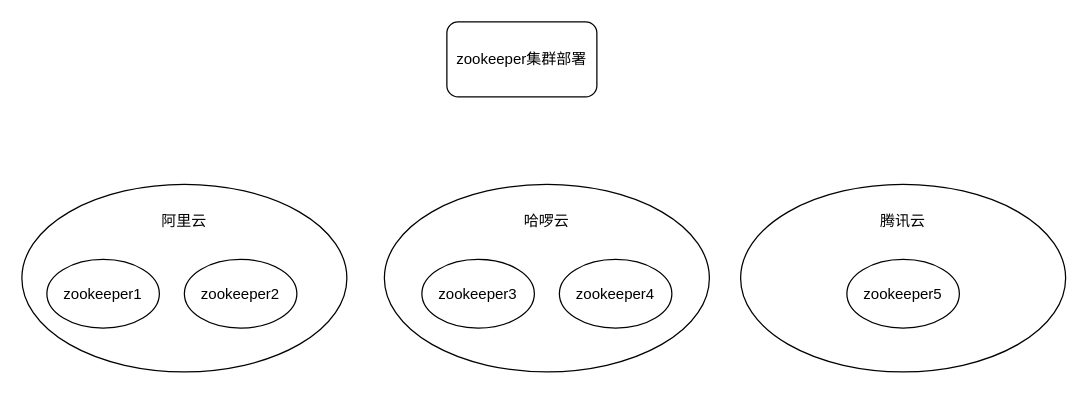
Earlier version of the draw.io diagram 单注册中心多活.drawio (yongliangcode/diagram). Source tidied: cells renumbered, new cells numbered last; positions are measured from the earlier drawing's top-left corner, leaving out a move shared by most shapes. Both pictures are drawn from the tidied source at 125%, with x=0, y=0 at pixel (21, 21).
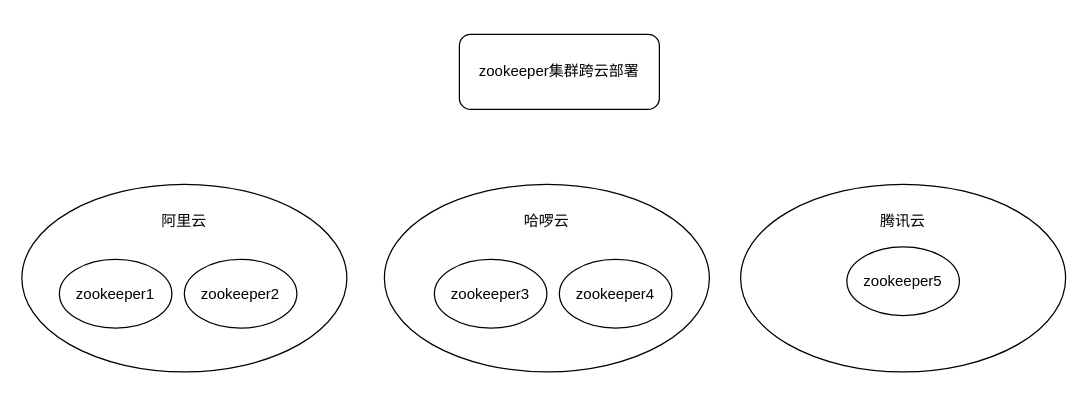
After the change.

Commit message (it also covers changes not shown here):
Update 单注册中心多活.drawio

Change to the diagram source:
```diff
@@
 <mxGraphModel>
   <root>
     <mxCell id="0" />
     <mxCell id="1" parent="0" />
     <mxCell id="2" style="ellipse;whiteSpace=wrap;html=1;" parent="1" vertex="1">
       <mxGeometry y="130" width="260" height="150" as="geometry" />
     </mxCell>
     <mxCell id="3" value="zookeeper1" style="ellipse;whiteSpace=wrap;html=1;" parent="1" vertex="1">
-      <mxGeometry x="20" y="190" width="90" height="55" as="geometry" />
+      <mxGeometry x="30" y="190" width="90" height="55" as="geometry" />
     </mxCell>
     <mxCell id="4" value="zookeeper2" style="ellipse;whiteSpace=wrap;html=1;" parent="1" vertex="1">
       <mxGeometry x="130" y="190" width="90" height="55" as="geometry" />
     </mxCell>
     <mxCell id="5" value="阿里云" style="text;html=1;strokeColor=none;fillColor=none;align=center;verticalAlign=middle;whiteSpace=wrap;rounded=0;" parent="1" vertex="1">
       <mxGeometry x="110" y="150" width="40" height="20" as="geometry" />
     </mxCell>
     <mxCell id="6" style="ellipse;whiteSpace=wrap;html=1;" parent="1" vertex="1">
       <mxGeometry x="290" y="130" width="260" height="150" as="geometry" />
     </mxCell>
     <mxCell id="7" value="zookeeper3" style="ellipse;whiteSpace=wrap;html=1;" parent="1" vertex="1">
-      <mxGeometry x="320" y="190" width="90" height="55" as="geometry" />
+      <mxGeometry x="330" y="190" width="90" height="55" as="geometry" />
     </mxCell>
     <mxCell id="8" value="zookeeper4" style="ellipse;whiteSpace=wrap;html=1;" parent="1" vertex="1">
       <mxGeometry x="430" y="190" width="90" height="55" as="geometry" />
     </mxCell>
     <mxCell id="9" value="哈啰云" style="text;html=1;strokeColor=none;fillColor=none;align=center;verticalAlign=middle;whiteSpace=wrap;rounded=0;" parent="1" vertex="1">
       <mxGeometry x="400" y="150" width="40" height="20" as="geometry" />
     </mxCell>
     <mxCell id="10" style="ellipse;whiteSpace=wrap;html=1;" parent="1" vertex="1">
       <mxGeometry x="575" y="130" width="260" height="150" as="geometry" />
     </mxCell>
     <mxCell id="11" value="zookeeper5" style="ellipse;whiteSpace=wrap;html=1;" parent="1" vertex="1">
-      <mxGeometry x="660" y="190" width="90" height="55" as="geometry" />
+      <mxGeometry x="660" y="180" width="90" height="55" as="geometry" />
     </mxCell>
     <mxCell id="12" value="腾讯云" style="text;html=1;strokeColor=none;fillColor=none;align=center;verticalAlign=middle;whiteSpace=wrap;rounded=0;" parent="1" vertex="1">
       <mxGeometry x="685" y="150" width="40" height="20" as="geometry" />
     </mxCell>
-    <mxCell id="13" value="zookeeper集群部署" style="rounded=1;whiteSpace=wrap;html=1;" parent="1" vertex="1">
-      <mxGeometry x="340" width="120" height="60" as="geometry" />
+    <mxCell id="13" value="zookeeper集群跨云部署" style="rounded=1;whiteSpace=wrap;html=1;" parent="1" vertex="1">
+      <mxGeometry x="350" y="10" width="160" height="60" as="geometry" />
     </mxCell>
   </root>
 </mxGraphModel>
```
